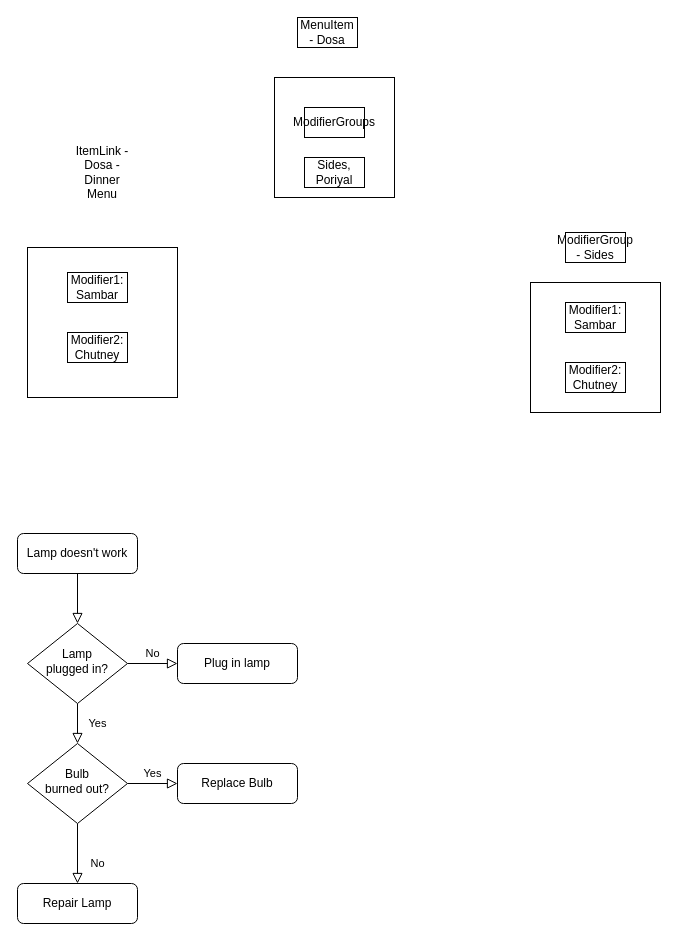
The draw.io diagram Availability.drawio in Rinesh-Bharath/aws-lambda-basic, before the edit. Source tidied: cells renumbered, new cells numbered last; positions are measured from the earlier drawing's top-left corner, leaving out a move shared by most shapes. Both pictures are drawn from the tidied source at 100%, with x=0, y=0 at pixel (17, 17).
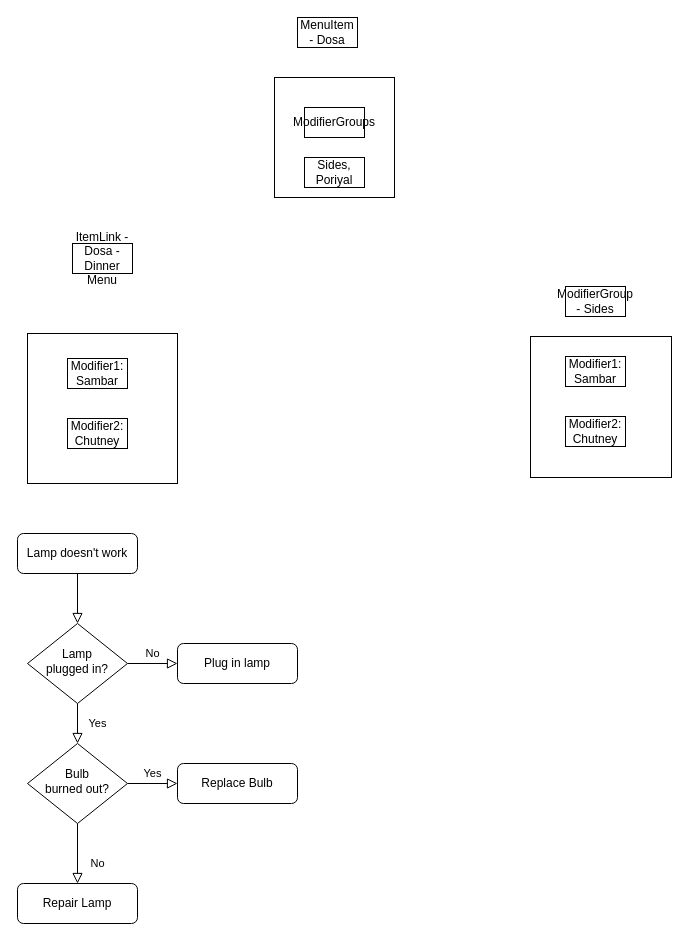
After the change.

The edit, as a diff of the source:
```diff
@@
     <mxCell id="4" style="whiteSpace=wrap;html=1;fontColor=default;strokeColor=default;fillColor=default;" parent="1" vertex="1">
-      <mxGeometry x="513" y="265" width="130" height="130" as="geometry" />
+      <mxGeometry x="513" y="319" width="141" height="141" as="geometry" />
     </mxCell>
     <mxCell id="5" value="ModifierGroup - Sides&lt;br&gt;" style="text;html=1;strokeColor=default;fillColor=default;align=center;verticalAlign=middle;whiteSpace=wrap;rounded=0;fontColor=default;" parent="1" vertex="1">
-      <mxGeometry x="548" y="215" width="60" height="30" as="geometry" />
+      <mxGeometry x="548" y="269" width="60" height="30" as="geometry" />
     </mxCell>
     <mxCell id="6" value="Modifier1: &lt;br&gt;Sambar" style="text;html=1;strokeColor=default;fillColor=default;align=center;verticalAlign=middle;whiteSpace=wrap;rounded=0;fontColor=default;" parent="1" vertex="1">
-      <mxGeometry x="548" y="285" width="60" height="30" as="geometry" />
+      <mxGeometry x="548" y="339" width="60" height="30" as="geometry" />
     </mxCell>
     <mxCell id="7" value="Modifier2:&lt;br&gt;Chutney" style="text;html=1;strokeColor=default;fillColor=default;align=center;verticalAlign=middle;whiteSpace=wrap;rounded=0;fontColor=default;" parent="1" vertex="1">
-      <mxGeometry x="548" y="345" width="60" height="30" as="geometry" />
+      <mxGeometry x="548" y="399" width="60" height="30" as="geometry" />
     </mxCell>
@@
     <mxCell id="21" style="whiteSpace=wrap;html=1;fontColor=default;strokeColor=default;fillColor=default;" parent="1" vertex="1">
-      <mxGeometry x="10" y="230" width="150" height="150" as="geometry" />
+      <mxGeometry x="10" y="316" width="150" height="150" as="geometry" />
     </mxCell>
-    <mxCell id="22" value="ItemLink - Dosa - Dinner Menu&lt;br&gt;" style="text;html=1;strokeColor=none;fillColor=none;align=center;verticalAlign=middle;whiteSpace=wrap;rounded=0;fontColor=default;" parent="1" vertex="1">
-      <mxGeometry x="55" y="140" width="60" height="30" as="geometry" />
+    <mxCell id="22" value="ItemLink - Dosa - Dinner Menu&lt;br&gt;" style="text;html=1;strokeColor=default;fillColor=default;align=center;verticalAlign=middle;whiteSpace=wrap;rounded=0;fontColor=default;" parent="1" vertex="1">
+      <mxGeometry x="55" y="226" width="60" height="30" as="geometry" />
     </mxCell>
     <mxCell id="23" value="Modifier1: &lt;br&gt;Sambar" style="text;html=1;strokeColor=default;fillColor=default;align=center;verticalAlign=middle;whiteSpace=wrap;rounded=0;fontColor=default;" parent="1" vertex="1">
-      <mxGeometry x="50" y="255" width="60" height="30" as="geometry" />
+      <mxGeometry x="50" y="341" width="60" height="30" as="geometry" />
     </mxCell>
     <mxCell id="24" value="Modifier2:&lt;br&gt;Chutney" style="text;html=1;strokeColor=default;fillColor=default;align=center;verticalAlign=middle;whiteSpace=wrap;rounded=0;fontColor=default;" parent="1" vertex="1">
-      <mxGeometry x="50" y="315" width="60" height="30" as="geometry" />
+      <mxGeometry x="50" y="401" width="60" height="30" as="geometry" />
     </mxCell>
```
